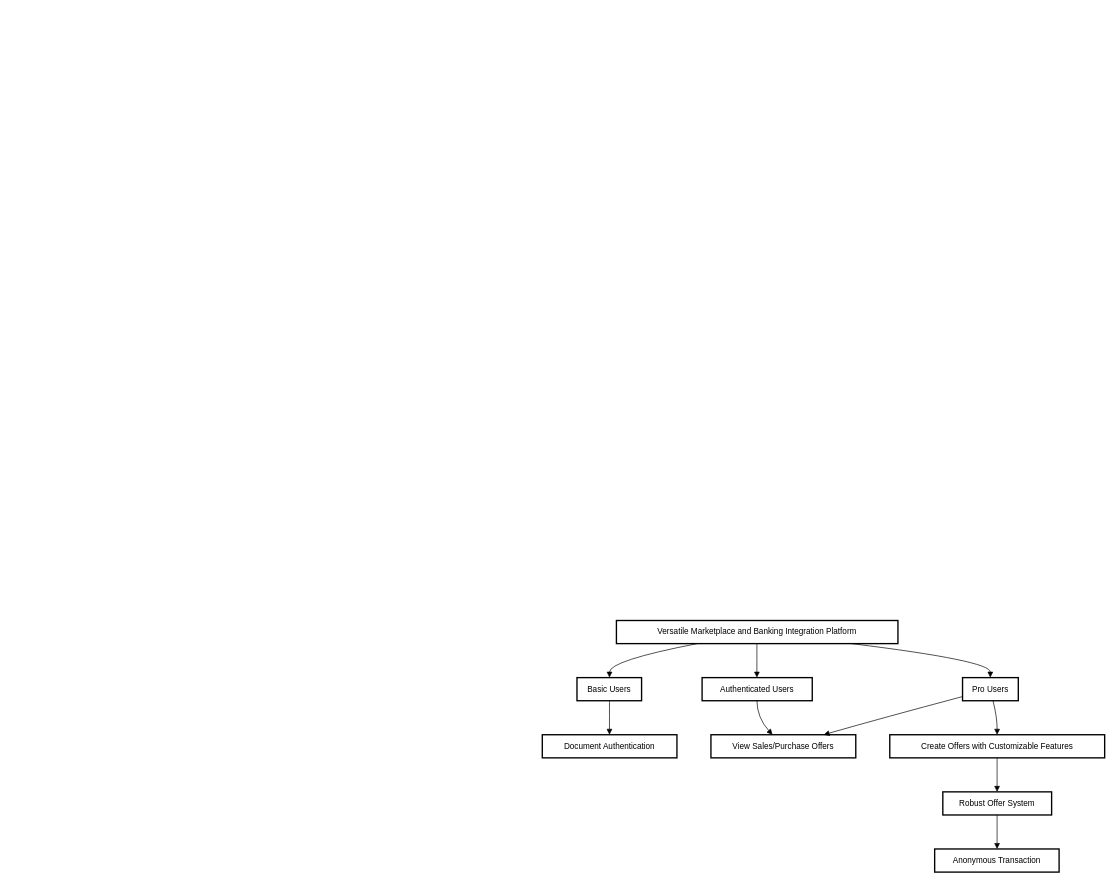
EOguzOzcan/myNextApp keeps this draw.io diagram as Untitled Diagram.drawio. Above is the earlier version. Source tidied: cells renumbered, new cells numbered last; positions are measured from the earlier drawing's top-left corner, leaving out a move shared by most shapes. Both pictures are drawn from the tidied source at 68%, with x=0, y=0 at pixel (542, 620).
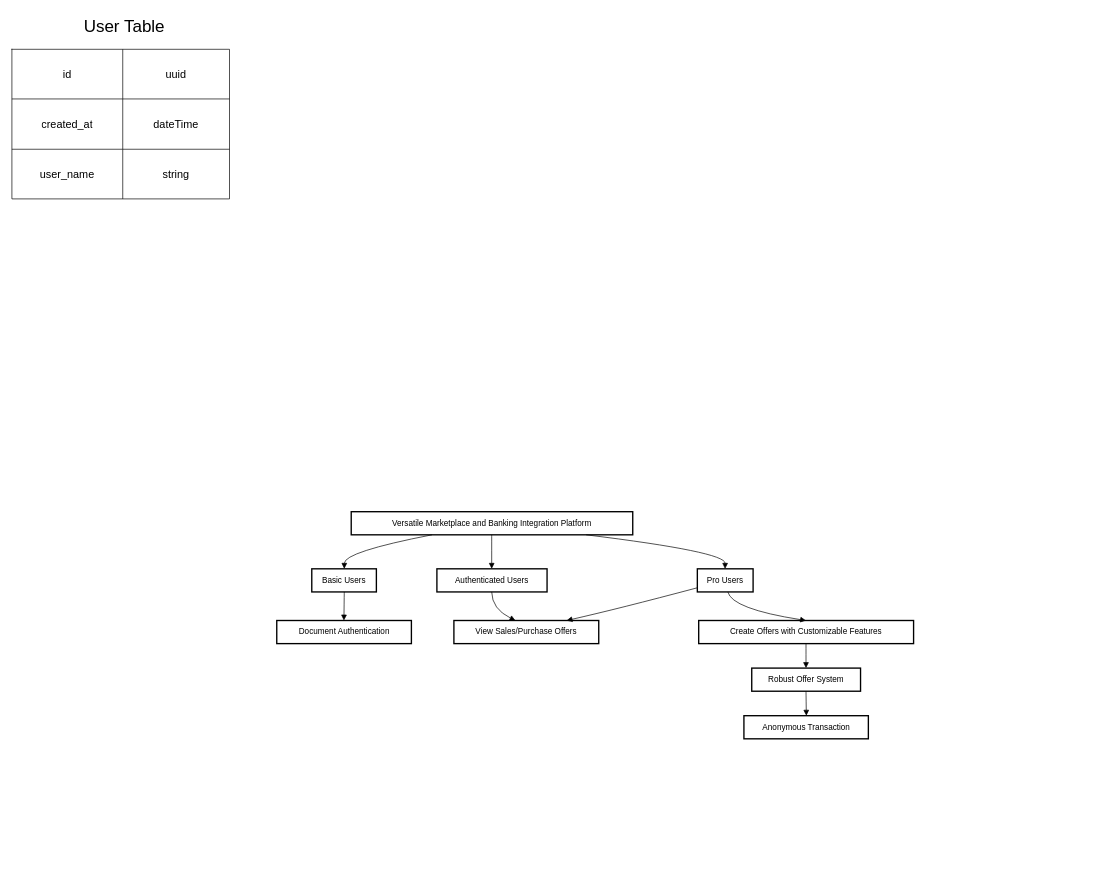
Above is the later version.

What changed in the source:
```diff
@@
     <mxCell id="2" value="Versatile Marketplace and Banking Integration Platform" style="whiteSpace=wrap;strokeWidth=2;" parent="1" vertex="1">
-      <mxGeometry x="109" width="414" height="34" as="geometry" />
+      <mxGeometry x="-281" y="-160" width="414" height="34" as="geometry" />
     </mxCell>
     <mxCell id="3" value="Basic Users" style="whiteSpace=wrap;strokeWidth=2;" parent="1" vertex="1">
-      <mxGeometry x="51" y="84" width="95" height="34" as="geometry" />
+      <mxGeometry x="-339" y="-76" width="95" height="34" as="geometry" />
     </mxCell>
     <mxCell id="4" value="Authenticated Users" style="whiteSpace=wrap;strokeWidth=2;" parent="1" vertex="1">
-      <mxGeometry x="235" y="84" width="162" height="34" as="geometry" />
+      <mxGeometry x="-155" y="-76" width="162" height="34" as="geometry" />
     </mxCell>
     <mxCell id="5" value="Pro Users" style="whiteSpace=wrap;strokeWidth=2;" parent="1" vertex="1">
-      <mxGeometry x="618" y="84" width="82" height="34" as="geometry" />
+      <mxGeometry x="228" y="-76" width="82" height="34" as="geometry" />
     </mxCell>
     <mxCell id="6" value="Document Authentication" style="whiteSpace=wrap;strokeWidth=2;" parent="1" vertex="1">
-      <mxGeometry y="168" width="198" height="34" as="geometry" />
+      <mxGeometry x="-390.5" width="198" height="34" as="geometry" />
     </mxCell>
     <mxCell id="7" value="View Sales/Purchase Offers" style="whiteSpace=wrap;strokeWidth=2;" parent="1" vertex="1">
-      <mxGeometry x="248" y="168" width="213" height="34" as="geometry" />
+      <mxGeometry x="-130" width="213" height="34" as="geometry" />
     </mxCell>
     <mxCell id="8" value="Create Offers with Customizable Features" style="whiteSpace=wrap;strokeWidth=2;" parent="1" vertex="1">
-      <mxGeometry x="511" y="168" width="316" height="34" as="geometry" />
+      <mxGeometry x="230" width="316" height="34" as="geometry" />
     </mxCell>
     <mxCell id="9" value="Robust Offer System" style="whiteSpace=wrap;strokeWidth=2;" parent="1" vertex="1">
-      <mxGeometry x="589" y="252" width="160" height="34" as="geometry" />
+      <mxGeometry x="308" y="70" width="160" height="34" as="geometry" />
     </mxCell>
     <mxCell id="10" value="Anonymous Transaction" style="whiteSpace=wrap;strokeWidth=2;" parent="1" vertex="1">
-      <mxGeometry x="577" y="336" width="183" height="34" as="geometry" />
+      <mxGeometry x="296.5" y="140" width="183" height="34" as="geometry" />
     </mxCell>
     <mxCell id="11" style="curved=1;startArrow=none;endArrow=block;exitX=0.28702917421497587;exitY=1;entryX=0.5029194078947369;entryY=0;" parent="1" edge="1" source="2" target="3">
       <mxGeometry relative="1" as="geometry">
         <Array as="points">
-          <mxPoint x="99" y="59" />
+          <mxPoint x="-291" y="-101" />
         </Array>
       </mxGeometry>
     </mxCell>
@@
     <mxCell id="13" style="curved=1;startArrow=none;endArrow=block;exitX=0.8345522954048769;exitY=1;entryX=0.4975228658536585;entryY=0;" parent="1" edge="1" source="2" target="5">
       <mxGeometry relative="1" as="geometry">
         <Array as="points">
-          <mxPoint x="659" y="59" />
+          <mxPoint x="269" y="-101" />
         </Array>
       </mxGeometry>
     </mxCell>
@@
     <mxCell id="15" style="curved=1;startArrow=none;endArrow=block;exitX=0.49744405864197533;exitY=1;entryX=0.4249057714341606;entryY=0;" parent="1" edge="1" source="4" target="7">
       <mxGeometry relative="1" as="geometry">
         <Array as="points">
-          <mxPoint x="316" y="143" />
+          <mxPoint x="-74" y="-17" />
         </Array>
       </mxGeometry>
     </mxCell>
     <mxCell id="16" style="curved=1;startArrow=none;endArrow=block;exitX=0;exitY=0.8202733634880128;entryX=0.778088889238207;entryY=0;" parent="1" edge="1" source="5" target="7">
       <mxGeometry relative="1" as="geometry">
         <Array as="points">
-          <mxPoint x="501" y="143" />
+          <mxPoint x="111" y="-17" />
         </Array>
       </mxGeometry>
     </mxCell>
     <mxCell id="17" style="curved=1;startArrow=none;endArrow=block;exitX=0.5468840737514516;exitY=1;entryX=0.4993571993670886;entryY=0;" parent="1" edge="1" source="5" target="8">
       <mxGeometry relative="1" as="geometry">
         <Array as="points">
-          <mxPoint x="669" y="143" />
+          <mxPoint x="279" y="-17" />
         </Array>
       </mxGeometry>
     </mxCell>
@@
+    <mxCell id="20" style="shape=table;startSize=0;childLayout=tableLayout;fontSize=16;rowLines=1;gradientColor=none;swimlaneFillColor=none;" parent="1" vertex="1">
+      <mxGeometry x="-780" y="-840" width="320" height="220" as="geometry" />
+    </mxCell>
+    <mxCell id="21" style="shape=tableRow;horizontal=0;startSize=0;swimlaneHead=0;swimlaneBody=0;strokeColor=inherit;top=0;left=0;bottom=0;right=0;fillColor=none;fontSize=16;" parent="20" vertex="1">
+      <mxGeometry width="320" height="73" as="geometry" />
+    </mxCell>
+    <mxCell id="22" value="id&lt;br&gt;" style="shape=partialRectangle;html=1;whiteSpace=wrap;strokeColor=inherit;overflow=hidden;fillColor=none;top=0;left=0;bottom=0;right=0;fontSize=16;" parent="21" vertex="1">
+      <mxGeometry width="163" height="73" as="geometry" />
+    </mxCell>
+    <mxCell id="23" value="uuid&lt;br&gt;" style="shape=partialRectangle;html=1;whiteSpace=wrap;strokeColor=inherit;overflow=hidden;fillColor=none;top=0;left=0;bottom=0;right=0;fontSize=16;" parent="21" vertex="1">
+      <mxGeometry x="163" width="157" height="73" as="geometry" />
+    </mxCell>
+    <mxCell id="24" style="shape=tableRow;horizontal=0;startSize=0;swimlaneHead=0;swimlaneBody=0;strokeColor=inherit;top=0;left=0;bottom=0;right=0;fillColor=none;fontSize=16;" parent="20" vertex="1">
+      <mxGeometry y="73" width="320" height="74" as="geometry" />
+    </mxCell>
+    <mxCell id="25" value="created_at&lt;br&gt;" style="shape=partialRectangle;html=1;whiteSpace=wrap;strokeColor=inherit;overflow=hidden;fillColor=none;top=0;left=0;bottom=0;right=0;fontSize=16;" parent="24" vertex="1">
+      <mxGeometry width="163" height="74" as="geometry" />
+    </mxCell>
+    <mxCell id="26" value="dateTime&lt;br&gt;" style="shape=partialRectangle;html=1;whiteSpace=wrap;strokeColor=inherit;overflow=hidden;fillColor=none;top=0;left=0;bottom=0;right=0;fontSize=16;" parent="24" vertex="1">
+      <mxGeometry x="163" width="157" height="74" as="geometry" />
+    </mxCell>
+    <mxCell id="27" style="shape=tableRow;horizontal=0;startSize=0;swimlaneHead=0;swimlaneBody=0;strokeColor=inherit;top=0;left=0;bottom=0;right=0;fillColor=none;fontSize=16;" parent="20" vertex="1">
+      <mxGeometry y="147" width="320" height="73" as="geometry" />
+    </mxCell>
+    <mxCell id="28" value="user_name&lt;br&gt;" style="shape=partialRectangle;html=1;whiteSpace=wrap;strokeColor=inherit;overflow=hidden;fillColor=none;top=0;left=0;bottom=0;right=0;fontSize=16;" parent="27" vertex="1">
+      <mxGeometry width="163" height="73" as="geometry" />
+    </mxCell>
+    <mxCell id="29" value="string&lt;br&gt;" style="shape=partialRectangle;html=1;whiteSpace=wrap;strokeColor=inherit;overflow=hidden;fillColor=none;top=0;left=0;bottom=0;right=0;fontSize=16;" parent="27" vertex="1">
+      <mxGeometry x="163" width="157" height="73" as="geometry" />
+    </mxCell>
+    <mxCell id="30" value="User Table&lt;br&gt;" style="text;html=1;align=center;verticalAlign=middle;strokeColor=none;fillColor=none;flipH=0;flipV=1;fontSize=25;" parent="1" vertex="1">
+      <mxGeometry x="-685" y="-895" width="140" height="40" as="geometry" />
+    </mxCell>
```
